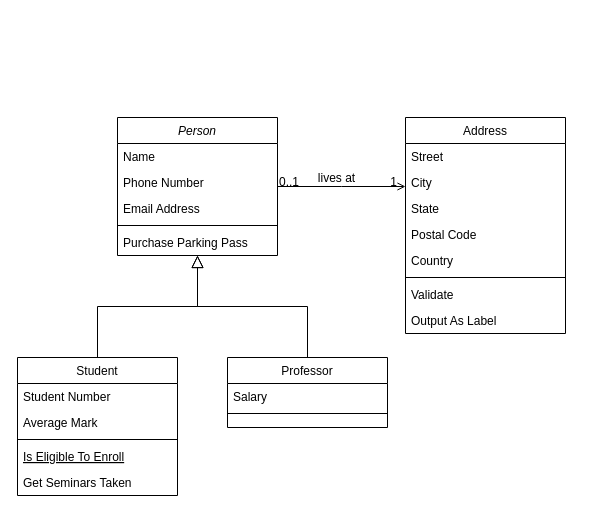
This is Untitled Diagram.drawio from dodangtuan/baocaoss, a draw.io file, before an edit. Source tidied: cells renumbered, new cells numbered last; positions are measured from the earlier drawing's top-left corner, leaving out a move shared by most shapes. Both pictures are drawn from the tidied source at 100%, with x=0, y=0 at pixel (17, 117).
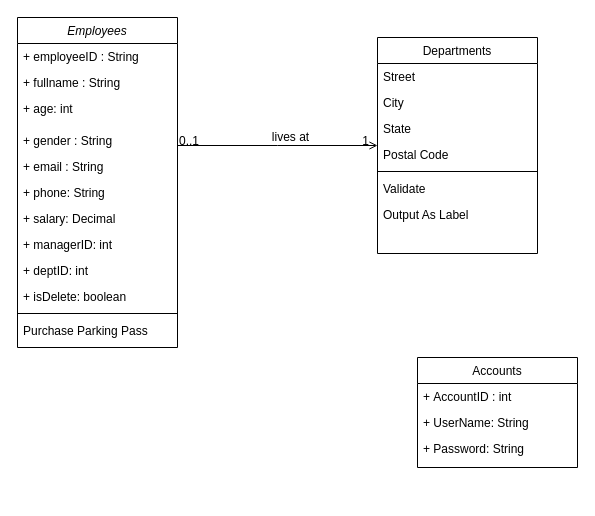
After the change.

Diff of the diagram source:
```diff
@@
-    <mxCell id="2" value="Person" style="swimlane;fontStyle=2;align=center;verticalAlign=top;horizontal=1;startSize=26;rounded=0;shadow=0;strokeWidth=1;" parent="1" vertex="1">
-      <mxGeometry x="100" width="160" height="138" as="geometry" />
+    <mxCell id="2" value="Employees" style="swimlane;fontStyle=2;align=center;verticalAlign=top;horizontal=1;startSize=26;rounded=0;shadow=0;strokeWidth=1;" parent="1" vertex="1">
+      <mxGeometry y="-100" width="160" height="330" as="geometry" />
     </mxCell>
-    <mxCell id="3" value="Name" style="text;align=left;verticalAlign=top;spacingLeft=4;spacingRight=4;overflow=hidden;" parent="2" vertex="1">
+    <mxCell id="3" value="+ employeeID : String" style="text;align=left;verticalAlign=top;spacingLeft=4;spacingRight=4;overflow=hidden;" parent="2" vertex="1">
       <mxGeometry y="26" width="160" height="26" as="geometry" />
     </mxCell>
-    <mxCell id="4" value="Phone Number" style="text;align=left;verticalAlign=top;spacingLeft=4;spacingRight=4;overflow=hidden;rounded=0;shadow=0;html=0;" parent="2" vertex="1">
+    <mxCell id="4" value="+ fullname : String" style="text;align=left;verticalAlign=top;spacingLeft=4;spacingRight=4;overflow=hidden;rounded=0;shadow=0;html=0;" parent="2" vertex="1">
       <mxGeometry y="52" width="160" height="26" as="geometry" />
     </mxCell>
-    <mxCell id="5" value="Email Address" style="text;align=left;verticalAlign=top;spacingLeft=4;spacingRight=4;overflow=hidden;rounded=0;shadow=0;html=0;" parent="2" vertex="1">
-      <mxGeometry y="78" width="160" height="26" as="geometry" />
+    <mxCell id="5" value="+ age: int" style="text;align=left;verticalAlign=top;spacingLeft=4;spacingRight=4;overflow=hidden;rounded=0;shadow=0;html=0;" parent="2" vertex="1">
+      <mxGeometry y="78" width="160" height="32" as="geometry" />
     </mxCell>
+    <mxCell id="32" value="+ gender : String" style="text;align=left;verticalAlign=top;spacingLeft=4;spacingRight=4;overflow=hidden;rounded=0;shadow=0;html=0;" parent="2" vertex="1">
+      <mxGeometry y="110" width="160" height="26" as="geometry" />
+    </mxCell>
+    <mxCell id="33" value="+ email : String" style="text;align=left;verticalAlign=top;spacingLeft=4;spacingRight=4;overflow=hidden;rounded=0;shadow=0;html=0;" parent="2" vertex="1">
+      <mxGeometry y="136" width="160" height="26" as="geometry" />
+    </mxCell>
+    <mxCell id="24" value="+ phone: String" style="text;align=left;verticalAlign=top;spacingLeft=4;spacingRight=4;overflow=hidden;rounded=0;shadow=0;html=0;" parent="2" vertex="1">
+      <mxGeometry y="162" width="160" height="26" as="geometry" />
+    </mxCell>
+    <mxCell id="34" value="+ salary: Decimal" style="text;align=left;verticalAlign=top;spacingLeft=4;spacingRight=4;overflow=hidden;rounded=0;shadow=0;html=0;" parent="2" vertex="1">
+      <mxGeometry y="188" width="160" height="26" as="geometry" />
+    </mxCell>
+    <mxCell id="35" value="+ managerID: int" style="text;align=left;verticalAlign=top;spacingLeft=4;spacingRight=4;overflow=hidden;rounded=0;shadow=0;html=0;" parent="2" vertex="1">
+      <mxGeometry y="214" width="160" height="26" as="geometry" />
+    </mxCell>
+    <mxCell id="36" value="+ deptID: int" style="text;align=left;verticalAlign=top;spacingLeft=4;spacingRight=4;overflow=hidden;rounded=0;shadow=0;html=0;" parent="2" vertex="1">
+      <mxGeometry y="240" width="160" height="26" as="geometry" />
+    </mxCell>
+    <mxCell id="37" value="+ isDelete: boolean" style="text;align=left;verticalAlign=top;spacingLeft=4;spacingRight=4;overflow=hidden;rounded=0;shadow=0;html=0;" parent="2" vertex="1">
+      <mxGeometry y="266" width="160" height="26" as="geometry" />
+    </mxCell>
     <mxCell id="6" style="line;html=1;strokeWidth=1;align=left;verticalAlign=middle;spacingTop=-1;spacingLeft=3;spacingRight=3;labelPosition=right;" parent="2" vertex="1">
-      <mxGeometry y="104" width="160" height="8" as="geometry" />
+      <mxGeometry y="292" width="160" height="8" as="geometry" />
     </mxCell>
     <mxCell id="7" value="Purchase Parking Pass" style="text;align=left;verticalAlign=top;spacingLeft=4;spacingRight=4;overflow=hidden;" parent="2" vertex="1">
-      <mxGeometry y="112" width="160" height="26" as="geometry" />
+      <mxGeometry y="300" width="160" height="30" as="geometry" />
     </mxCell>
-    <mxCell id="8" value="Student" style="swimlane;fontStyle=0;align=center;verticalAlign=top;horizontal=1;startSize=26;rounded=0;shadow=0;strokeWidth=1;" parent="1" vertex="1">
-      <mxGeometry y="240" width="160" height="138" as="geometry" />
+    <mxCell id="8" value="Accounts" style="swimlane;fontStyle=0;align=center;verticalAlign=top;horizontal=1;startSize=26;rounded=0;shadow=0;strokeWidth=1;" parent="1" vertex="1">
+      <mxGeometry x="400" y="240" width="160" height="110" as="geometry" />
     </mxCell>
-    <mxCell id="9" value="Student Number" style="text;align=left;verticalAlign=top;spacingLeft=4;spacingRight=4;overflow=hidden;" parent="8" vertex="1">
+    <mxCell id="9" value="+ AccountID : int" style="text;align=left;verticalAlign=top;spacingLeft=4;spacingRight=4;overflow=hidden;" parent="8" vertex="1">
       <mxGeometry y="26" width="160" height="26" as="geometry" />
     </mxCell>
+    <mxCell id="38" value="+ UserName: String" style="text;align=left;verticalAlign=top;spacingLeft=4;spacingRight=4;overflow=hidden;" parent="8" vertex="1">
+      <mxGeometry y="52" width="160" height="26" as="geometry" />
+    </mxCell>
-    <mxCell id="10" value="Average Mark" style="text;align=left;verticalAlign=top;spacingLeft=4;spacingRight=4;overflow=hidden;rounded=0;shadow=0;html=0;" parent="8" vertex="1">
-      <mxGeometry y="52" width="160" height="26" as="geometry" />
+    <mxCell id="10" value="+ Password: String" style="text;align=left;verticalAlign=top;spacingLeft=4;spacingRight=4;overflow=hidden;rounded=0;shadow=0;html=0;" parent="8" vertex="1">
+      <mxGeometry y="78" width="160" height="26" as="geometry" />
     </mxCell>
-    <mxCell id="11" style="line;html=1;strokeWidth=1;align=left;verticalAlign=middle;spacingTop=-1;spacingLeft=3;spacingRight=3;labelPosition=right;" parent="8" vertex="1">
-      <mxGeometry y="78" width="160" height="8" as="geometry" />
-    </mxCell>
-    <mxCell id="12" value="Is Eligible To Enroll" style="text;align=left;verticalAlign=top;spacingLeft=4;spacingRight=4;overflow=hidden;fontStyle=4;" parent="8" vertex="1">
-      <mxGeometry y="86" width="160" height="26" as="geometry" />
-    </mxCell>
-    <mxCell id="13" value="Get Seminars Taken" style="text;align=left;verticalAlign=top;spacingLeft=4;spacingRight=4;overflow=hidden;" parent="8" vertex="1">
-      <mxGeometry y="112" width="160" height="26" as="geometry" />
-    </mxCell>
-    <mxCell id="14" style="endArrow=block;endSize=10;endFill=0;shadow=0;strokeWidth=1;rounded=0;edgeStyle=elbowEdgeStyle;elbow=vertical;" parent="1" edge="1" source="8" target="2">
-      <mxGeometry relative="1" as="geometry" />
-    </mxCell>
-    <mxCell id="15" value="Professor" style="swimlane;fontStyle=0;align=center;verticalAlign=top;horizontal=1;startSize=26;rounded=0;shadow=0;strokeWidth=1;" parent="1" vertex="1">
-      <mxGeometry x="210" y="240" width="160" height="70" as="geometry" />
-    </mxCell>
-    <mxCell id="16" value="Salary" style="text;align=left;verticalAlign=top;spacingLeft=4;spacingRight=4;overflow=hidden;" parent="15" vertex="1">
-      <mxGeometry y="26" width="160" height="26" as="geometry" />
-    </mxCell>
-    <mxCell id="17" style="line;html=1;strokeWidth=1;align=left;verticalAlign=middle;spacingTop=-1;spacingLeft=3;spacingRight=3;labelPosition=right;" parent="15" vertex="1">
-      <mxGeometry y="52" width="160" height="8" as="geometry" />
-    </mxCell>
-    <mxCell id="18" style="endArrow=block;endSize=10;endFill=0;shadow=0;strokeWidth=1;rounded=0;edgeStyle=elbowEdgeStyle;elbow=vertical;" parent="1" edge="1" source="15" target="2">
-      <mxGeometry relative="1" as="geometry" />
-    </mxCell>
-    <mxCell id="19" value="Address" style="swimlane;fontStyle=0;align=center;verticalAlign=top;horizontal=1;startSize=26;rounded=0;shadow=0;strokeWidth=1;" parent="1" vertex="1">
-      <mxGeometry x="388" width="160" height="216" as="geometry" />
+    <mxCell id="19" value="Departments" style="swimlane;fontStyle=0;align=center;verticalAlign=top;horizontal=1;startSize=26;rounded=0;shadow=0;strokeWidth=1;" parent="1" vertex="1">
+      <mxGeometry x="360" y="-80" width="160" height="216" as="geometry" />
     </mxCell>
@@
-    <mxCell id="24" value="Country" style="text;align=left;verticalAlign=top;spacingLeft=4;spacingRight=4;overflow=hidden;rounded=0;shadow=0;html=0;" parent="19" vertex="1">
-      <mxGeometry y="130" width="160" height="26" as="geometry" />
-    </mxCell>
     <mxCell id="25" style="line;html=1;strokeWidth=1;align=left;verticalAlign=middle;spacingTop=-1;spacingLeft=3;spacingRight=3;labelPosition=right;" parent="19" vertex="1">
-      <mxGeometry y="156" width="160" height="8" as="geometry" />
+      <mxGeometry y="130" width="160" height="8" as="geometry" />
     </mxCell>
     <mxCell id="26" value="Validate" style="text;align=left;verticalAlign=top;spacingLeft=4;spacingRight=4;overflow=hidden;" parent="19" vertex="1">
-      <mxGeometry y="164" width="160" height="26" as="geometry" />
+      <mxGeometry y="138" width="160" height="26" as="geometry" />
     </mxCell>
     <mxCell id="27" value="Output As Label" style="text;align=left;verticalAlign=top;spacingLeft=4;spacingRight=4;overflow=hidden;" parent="19" vertex="1">
-      <mxGeometry y="190" width="160" height="26" as="geometry" />
+      <mxGeometry y="164" width="160" height="26" as="geometry" />
     </mxCell>
```
